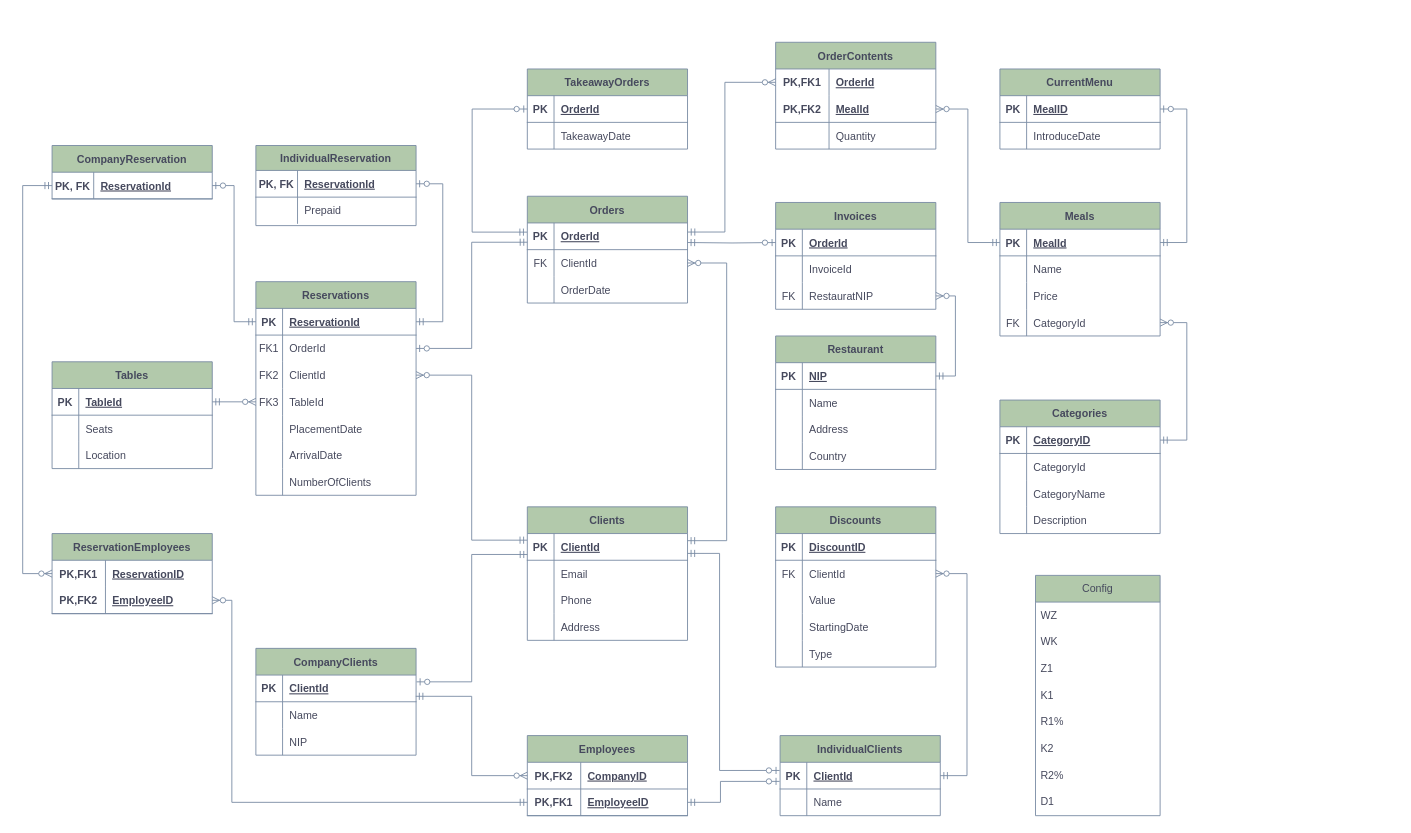
The draw.io diagram db_diagram/db_diagram.drawio in Noarkhh/BazyBazunie, before the edit. Source tidied: cells renumbered, new cells numbered last; positions are measured from the earlier drawing's top-left corner, leaving out a move shared by most shapes. Both pictures are drawn from the tidied source at 89%, with x=0, y=0 at pixel (22, 42).
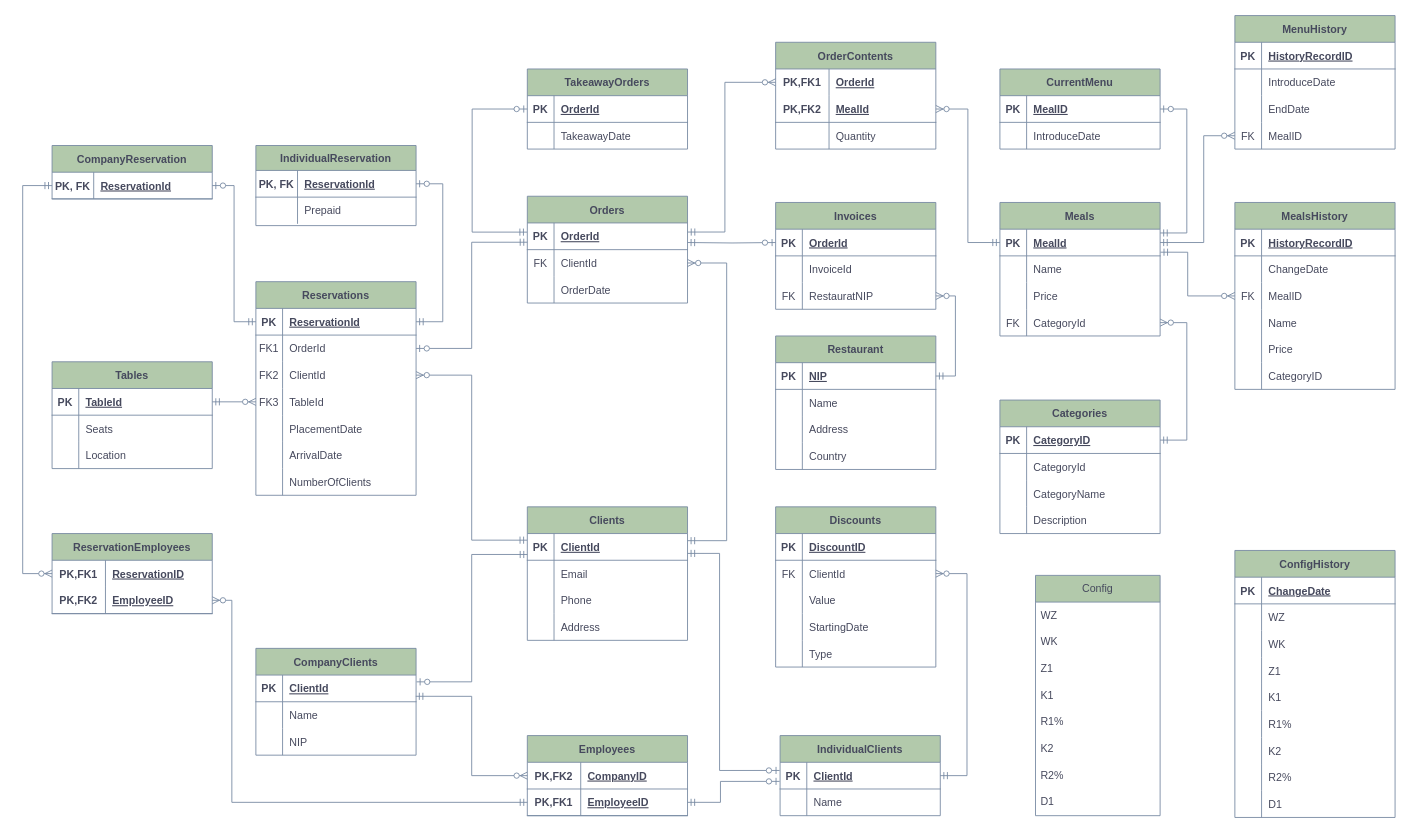
After the change.

The change refers to these unchanged cells:
```xml
<mxCell id="112" style="shape=tableRow;horizontal=0;startSize=0;swimlaneHead=0;swimlaneBody=0;fillColor=none;points=[[0,0.5],[1,0.5]];portConstraint=eastwest;top=0;left=0;right=0;bottom=1;strokeColor=#788AA3;fontColor=#46495D;rounded=0;" parent="111" vertex="1">
  <mxGeometry y="30" width="180" height="30" as="geometry" />
</mxCell>
<mxCell id="194" style="shape=tableRow;horizontal=0;startSize=0;swimlaneHead=0;swimlaneBody=0;fillColor=none;points=[[0,0.5],[1,0.5]];portConstraint=eastwest;top=0;left=0;right=0;bottom=1;strokeColor=#788AA3;fontColor=#46495D;rounded=0;" parent="193" vertex="1">
  <mxGeometry y="30" width="180" height="30" as="geometry" />
</mxCell>
```

Diff of the diagram source:
```diff
@@
-    <mxCell id="200" style="edgeStyle=entityRelationEdgeStyle;fontSize=12;html=1;endArrow=ERzeroToOne;startArrow=ERmandOne;rounded=0;strokeColor=#788AA3;fontColor=#46495D;" parent="1" edge="1" source="112" target="194">
+    <mxCell id="200" style="edgeStyle=entityRelationEdgeStyle;fontSize=12;html=1;endArrow=ERzeroToOne;startArrow=ERmandOne;rounded=0;strokeColor=#788AA3;fontColor=#46495D;exitX=1;exitY=0.142;exitDx=0;exitDy=0;exitPerimeter=0;" parent="1" edge="1" source="112" target="194">
       <mxGeometry relative="1" as="geometry" />
     </mxCell>
@@
+    <mxCell id="217" value="ConfigHistory" style="shape=table;startSize=30;childLayout=tableLayout;rowLines=0;fontStyle=1;align=center;fillColor=#B2C9AB;strokeColor=#788AA3;fontColor=#46495D;" parent="1" vertex="1">
+      <mxGeometry x="1362" y="571" width="180" height="300" as="geometry" />
+    </mxCell>
+    <mxCell id="218" style="shape=tableRow;horizontal=0;startSize=0;swimlaneHead=0;swimlaneBody=0;fillColor=none;top=0;left=0;right=0;bottom=1;strokeColor=#788AA3;fontColor=#46495D;" parent="217" vertex="1">
+      <mxGeometry y="30" width="180" height="30" as="geometry" />
+    </mxCell>
+    <mxCell id="219" value="PK" style="shape=partialRectangle;fillColor=none;top=0;left=0;bottom=0;right=0;fontStyle=1;overflow=hidden;strokeColor=#788AA3;fontColor=#46495D;" parent="218" vertex="1">
+      <mxGeometry width="30" height="30" as="geometry" />
+    </mxCell>
+    <mxCell id="220" value="ChangeDate" style="shape=partialRectangle;fillColor=none;top=0;left=0;bottom=0;right=0;align=left;spacingLeft=6;fontStyle=5;overflow=hidden;strokeColor=#788AA3;fontColor=#46495D;" parent="218" vertex="1">
+      <mxGeometry x="30" width="150" height="30" as="geometry" />
+    </mxCell>
+    <mxCell id="221" style="shape=tableRow;horizontal=0;startSize=0;swimlaneHead=0;swimlaneBody=0;fillColor=none;top=0;left=0;right=0;bottom=0;strokeColor=#788AA3;fontColor=#46495D;" parent="217" vertex="1">
+      <mxGeometry y="60" width="180" height="30" as="geometry" />
+    </mxCell>
+    <mxCell id="222" style="shape=partialRectangle;fillColor=none;top=0;left=0;bottom=0;right=0;overflow=hidden;strokeColor=#788AA3;fontColor=#46495D;" parent="221" vertex="1">
+      <mxGeometry width="30" height="30" as="geometry" />
+    </mxCell>
+    <mxCell id="223" value="WZ   " style="shape=partialRectangle;fillColor=none;top=0;left=0;bottom=0;right=0;align=left;spacingLeft=6;overflow=hidden;strokeColor=#788AA3;fontColor=#46495D;" parent="221" vertex="1">
+      <mxGeometry x="30" width="150" height="30" as="geometry" />
+    </mxCell>
+    <mxCell id="224" style="shape=tableRow;horizontal=0;startSize=0;swimlaneHead=0;swimlaneBody=0;fillColor=none;top=0;left=0;right=0;bottom=0;strokeColor=#788AA3;fontColor=#46495D;" parent="217" vertex="1">
+      <mxGeometry y="90" width="180" height="30" as="geometry" />
+    </mxCell>
+    <mxCell id="225" style="shape=partialRectangle;fillColor=none;top=0;left=0;bottom=0;right=0;overflow=hidden;strokeColor=#788AA3;fontColor=#46495D;" parent="224" vertex="1">
+      <mxGeometry width="30" height="30" as="geometry" />
+    </mxCell>
+    <mxCell id="226" value="WK" style="shape=partialRectangle;fillColor=none;top=0;left=0;bottom=0;right=0;align=left;spacingLeft=6;overflow=hidden;strokeColor=#788AA3;fontColor=#46495D;" parent="224" vertex="1">
+      <mxGeometry x="30" width="150" height="30" as="geometry" />
+    </mxCell>
+    <mxCell id="227" style="shape=tableRow;horizontal=0;startSize=0;swimlaneHead=0;swimlaneBody=0;fillColor=none;top=0;left=0;right=0;bottom=0;strokeColor=#788AA3;fontColor=#46495D;" parent="217" vertex="1">
+      <mxGeometry y="120" width="180" height="30" as="geometry" />
+    </mxCell>
+    <mxCell id="228" style="shape=partialRectangle;fillColor=none;top=0;left=0;bottom=0;right=0;overflow=hidden;strokeColor=#788AA3;fontColor=#46495D;" parent="227" vertex="1">
+      <mxGeometry width="30" height="30" as="geometry" />
+    </mxCell>
+    <mxCell id="229" value="Z1" style="shape=partialRectangle;fillColor=none;top=0;left=0;bottom=0;right=0;align=left;spacingLeft=6;overflow=hidden;strokeColor=#788AA3;fontColor=#46495D;" parent="227" vertex="1">
+      <mxGeometry x="30" width="150" height="30" as="geometry" />
+    </mxCell>
+    <mxCell id="230" style="shape=tableRow;horizontal=0;startSize=0;swimlaneHead=0;swimlaneBody=0;fillColor=none;top=0;left=0;right=0;bottom=0;strokeColor=#788AA3;fontColor=#46495D;" parent="217" vertex="1">
+      <mxGeometry y="150" width="180" height="30" as="geometry" />
+    </mxCell>
+    <mxCell id="231" style="shape=partialRectangle;fillColor=none;top=0;left=0;bottom=0;right=0;overflow=hidden;strokeColor=#788AA3;fontColor=#46495D;" parent="230" vertex="1">
+      <mxGeometry width="30" height="30" as="geometry" />
+    </mxCell>
+    <mxCell id="232" value="K1" style="shape=partialRectangle;fillColor=none;top=0;left=0;bottom=0;right=0;align=left;spacingLeft=6;overflow=hidden;strokeColor=#788AA3;fontColor=#46495D;" parent="230" vertex="1">
+      <mxGeometry x="30" width="150" height="30" as="geometry" />
+    </mxCell>
+    <mxCell id="233" style="shape=tableRow;horizontal=0;startSize=0;swimlaneHead=0;swimlaneBody=0;fillColor=none;top=0;left=0;right=0;bottom=0;strokeColor=#788AA3;fontColor=#46495D;" parent="217" vertex="1">
+      <mxGeometry y="180" width="180" height="30" as="geometry" />
+    </mxCell>
+    <mxCell id="234" style="shape=partialRectangle;fillColor=none;top=0;left=0;bottom=0;right=0;overflow=hidden;strokeColor=#788AA3;fontColor=#46495D;" parent="233" vertex="1">
+      <mxGeometry width="30" height="30" as="geometry" />
+    </mxCell>
+    <mxCell id="235" value="R1%" style="shape=partialRectangle;fillColor=none;top=0;left=0;bottom=0;right=0;align=left;spacingLeft=6;overflow=hidden;strokeColor=#788AA3;fontColor=#46495D;" parent="233" vertex="1">
+      <mxGeometry x="30" width="150" height="30" as="geometry" />
+    </mxCell>
+    <mxCell id="236" style="shape=tableRow;horizontal=0;startSize=0;swimlaneHead=0;swimlaneBody=0;fillColor=none;top=0;left=0;right=0;bottom=0;strokeColor=#788AA3;fontColor=#46495D;" parent="217" vertex="1">
+      <mxGeometry y="210" width="180" height="30" as="geometry" />
+    </mxCell>
+    <mxCell id="237" style="shape=partialRectangle;fillColor=none;top=0;left=0;bottom=0;right=0;overflow=hidden;strokeColor=#788AA3;fontColor=#46495D;" parent="236" vertex="1">
+      <mxGeometry width="30" height="30" as="geometry" />
+    </mxCell>
+    <mxCell id="238" value="K2" style="shape=partialRectangle;fillColor=none;top=0;left=0;bottom=0;right=0;align=left;spacingLeft=6;overflow=hidden;strokeColor=#788AA3;fontColor=#46495D;" parent="236" vertex="1">
+      <mxGeometry x="30" width="150" height="30" as="geometry" />
+    </mxCell>
+    <mxCell id="239" style="shape=tableRow;horizontal=0;startSize=0;swimlaneHead=0;swimlaneBody=0;fillColor=none;top=0;left=0;right=0;bottom=0;strokeColor=#788AA3;fontColor=#46495D;" parent="217" vertex="1">
+      <mxGeometry y="240" width="180" height="30" as="geometry" />
+    </mxCell>
+    <mxCell id="240" style="shape=partialRectangle;fillColor=none;top=0;left=0;bottom=0;right=0;overflow=hidden;strokeColor=#788AA3;fontColor=#46495D;" parent="239" vertex="1">
+      <mxGeometry width="30" height="30" as="geometry" />
+    </mxCell>
+    <mxCell id="241" value="R2%" style="shape=partialRectangle;fillColor=none;top=0;left=0;bottom=0;right=0;align=left;spacingLeft=6;overflow=hidden;strokeColor=#788AA3;fontColor=#46495D;" parent="239" vertex="1">
+      <mxGeometry x="30" width="150" height="30" as="geometry" />
+    </mxCell>
+    <mxCell id="242" style="shape=tableRow;horizontal=0;startSize=0;swimlaneHead=0;swimlaneBody=0;fillColor=none;top=0;left=0;right=0;bottom=0;strokeColor=#788AA3;fontColor=#46495D;" parent="217" vertex="1">
+      <mxGeometry y="270" width="180" height="30" as="geometry" />
+    </mxCell>
+    <mxCell id="243" style="shape=partialRectangle;fillColor=none;top=0;left=0;bottom=0;right=0;overflow=hidden;strokeColor=#788AA3;fontColor=#46495D;" parent="242" vertex="1">
+      <mxGeometry width="30" height="30" as="geometry" />
+    </mxCell>
+    <mxCell id="244" value="D1" style="shape=partialRectangle;fillColor=none;top=0;left=0;bottom=0;right=0;align=left;spacingLeft=6;overflow=hidden;strokeColor=#788AA3;fontColor=#46495D;" parent="242" vertex="1">
+      <mxGeometry x="30" width="150" height="30" as="geometry" />
+    </mxCell>
+    <mxCell id="245" value="MealsHistory" style="shape=table;startSize=30;childLayout=tableLayout;rowLines=0;fontStyle=1;align=center;strokeColor=#788AA3;fontColor=#46495D;fillColor=#B2C9AB;" parent="1" vertex="1">
+      <mxGeometry x="1362" y="180" width="180" height="210" as="geometry" />
+    </mxCell>
+    <mxCell id="246" style="shape=tableRow;horizontal=0;startSize=0;swimlaneHead=0;swimlaneBody=0;fillColor=none;top=0;left=0;right=0;bottom=1;strokeColor=#788AA3;fontColor=#46495D;" parent="245" vertex="1">
+      <mxGeometry y="30" width="180" height="30" as="geometry" />
+    </mxCell>
+    <mxCell id="247" value="PK" style="shape=partialRectangle;fillColor=none;top=0;left=0;bottom=0;right=0;fontStyle=1;overflow=hidden;strokeColor=#788AA3;fontColor=#46495D;" parent="246" vertex="1">
+      <mxGeometry width="30" height="30" as="geometry" />
+    </mxCell>
+    <mxCell id="248" value="HistoryRecordID" style="shape=partialRectangle;fillColor=none;top=0;left=0;bottom=0;right=0;align=left;spacingLeft=6;fontStyle=5;overflow=hidden;strokeColor=#788AA3;fontColor=#46495D;" parent="246" vertex="1">
+      <mxGeometry x="30" width="150" height="30" as="geometry" />
+    </mxCell>
+    <mxCell id="249" style="shape=tableRow;horizontal=0;startSize=0;swimlaneHead=0;swimlaneBody=0;fillColor=none;top=0;left=0;right=0;bottom=0;strokeColor=#788AA3;fontColor=#46495D;" parent="245" vertex="1">
+      <mxGeometry y="60" width="180" height="30" as="geometry" />
+    </mxCell>
+    <mxCell id="250" style="shape=partialRectangle;fillColor=none;top=0;left=0;bottom=0;right=0;overflow=hidden;strokeColor=#788AA3;fontColor=#46495D;" parent="249" vertex="1">
+      <mxGeometry width="30" height="30" as="geometry" />
+    </mxCell>
+    <mxCell id="251" value="ChangeDate" style="shape=partialRectangle;fillColor=none;top=0;left=0;bottom=0;right=0;align=left;spacingLeft=6;overflow=hidden;strokeColor=#788AA3;fontColor=#46495D;" parent="249" vertex="1">
+      <mxGeometry x="30" width="150" height="30" as="geometry" />
+    </mxCell>
+    <mxCell id="252" style="shape=tableRow;horizontal=0;startSize=0;swimlaneHead=0;swimlaneBody=0;fillColor=none;points=[[0,0.5],[1,0.5]];portConstraint=eastwest;top=0;left=0;right=0;bottom=0;strokeColor=#788AA3;fontColor=#46495D;" parent="245" vertex="1">
+      <mxGeometry y="90" width="180" height="30" as="geometry" />
+    </mxCell>
+    <mxCell id="253" value="FK" style="shape=partialRectangle;fillColor=none;top=0;left=0;bottom=0;right=0;overflow=hidden;strokeColor=#788AA3;fontColor=#46495D;" parent="252" vertex="1">
+      <mxGeometry width="30" height="30" as="geometry" />
+    </mxCell>
+    <mxCell id="254" value="MealID" style="shape=partialRectangle;fillColor=none;top=0;left=0;bottom=0;right=0;align=left;spacingLeft=6;overflow=hidden;strokeColor=#788AA3;fontColor=#46495D;" parent="252" vertex="1">
+      <mxGeometry x="30" width="150" height="30" as="geometry" />
+    </mxCell>
+    <mxCell id="255" style="shape=tableRow;horizontal=0;startSize=0;swimlaneHead=0;swimlaneBody=0;fillColor=none;top=0;left=0;right=0;bottom=0;strokeColor=#788AA3;fontColor=#46495D;" parent="245" vertex="1">
+      <mxGeometry y="120" width="180" height="30" as="geometry" />
+    </mxCell>
+    <mxCell id="256" style="shape=partialRectangle;fillColor=none;top=0;left=0;bottom=0;right=0;overflow=hidden;strokeColor=#788AA3;fontColor=#46495D;" parent="255" vertex="1">
+      <mxGeometry width="30" height="30" as="geometry" />
+    </mxCell>
+    <mxCell id="257" value="Name" style="shape=partialRectangle;fillColor=none;top=0;left=0;bottom=0;right=0;align=left;spacingLeft=6;overflow=hidden;strokeColor=#788AA3;fontColor=#46495D;" parent="255" vertex="1">
+      <mxGeometry x="30" width="150" height="30" as="geometry" />
+    </mxCell>
+    <mxCell id="258" style="shape=tableRow;horizontal=0;startSize=0;swimlaneHead=0;swimlaneBody=0;fillColor=none;top=0;left=0;right=0;bottom=0;strokeColor=#788AA3;fontColor=#46495D;" parent="245" vertex="1">
+      <mxGeometry y="150" width="180" height="30" as="geometry" />
+    </mxCell>
+    <mxCell id="259" style="shape=partialRectangle;fillColor=none;top=0;left=0;bottom=0;right=0;overflow=hidden;strokeColor=#788AA3;fontColor=#46495D;" parent="258" vertex="1">
+      <mxGeometry width="30" height="30" as="geometry" />
+    </mxCell>
+    <mxCell id="260" value="Price" style="shape=partialRectangle;fillColor=none;top=0;left=0;bottom=0;right=0;align=left;spacingLeft=6;overflow=hidden;strokeColor=#788AA3;fontColor=#46495D;" parent="258" vertex="1">
+      <mxGeometry x="30" width="150" height="30" as="geometry" />
+    </mxCell>
+    <mxCell id="261" style="shape=tableRow;horizontal=0;startSize=0;swimlaneHead=0;swimlaneBody=0;fillColor=none;top=0;left=0;right=0;bottom=0;strokeColor=#788AA3;fontColor=#46495D;" parent="245" vertex="1">
+      <mxGeometry y="180" width="180" height="30" as="geometry" />
+    </mxCell>
+    <mxCell id="262" style="shape=partialRectangle;fillColor=none;top=0;left=0;bottom=0;right=0;overflow=hidden;strokeColor=#788AA3;fontColor=#46495D;" parent="261" vertex="1">
+      <mxGeometry width="30" height="30" as="geometry" />
+    </mxCell>
+    <mxCell id="263" value="CategoryID" style="shape=partialRectangle;fillColor=none;top=0;left=0;bottom=0;right=0;align=left;spacingLeft=6;overflow=hidden;strokeColor=#788AA3;fontColor=#46495D;" parent="261" vertex="1">
+      <mxGeometry x="30" width="150" height="30" as="geometry" />
+    </mxCell>
+    <mxCell id="264" style="edgeStyle=orthogonalEdgeStyle;fontSize=12;html=1;endArrow=ERzeroToMany;startArrow=ERmandOne;rounded=0;strokeColor=#788AA3;fontColor=#46495D;fillColor=#B2C9AB;entryX=0;entryY=0.5;entryDx=0;entryDy=0;exitX=1.002;exitY=0.862;exitDx=0;exitDy=0;exitPerimeter=0;" parent="1" edge="1" source="112" target="252">
+      <mxGeometry relative="1" as="geometry">
+        <Array as="points">
+          <mxPoint x="1309" y="236" />
+          <mxPoint x="1309" y="285" />
+        </Array>
+      </mxGeometry>
+    </mxCell>
+    <mxCell id="265" value="MenuHistory" style="shape=table;startSize=30;childLayout=tableLayout;rowLines=0;fontStyle=1;align=center;strokeColor=#788AA3;fontColor=#46495D;fillColor=#B2C9AB;" parent="1" vertex="1">
+      <mxGeometry x="1362" y="-30" width="180" height="150" as="geometry" />
+    </mxCell>
+    <mxCell id="266" style="shape=tableRow;horizontal=0;startSize=0;swimlaneHead=0;swimlaneBody=0;fillColor=none;top=0;left=0;right=0;bottom=1;strokeColor=#788AA3;fontColor=#46495D;" parent="265" vertex="1">
+      <mxGeometry y="30" width="180" height="30" as="geometry" />
+    </mxCell>
+    <mxCell id="267" value="PK" style="shape=partialRectangle;fillColor=none;top=0;left=0;bottom=0;right=0;fontStyle=1;overflow=hidden;strokeColor=#788AA3;fontColor=#46495D;" parent="266" vertex="1">
+      <mxGeometry width="30" height="30" as="geometry" />
+    </mxCell>
+    <mxCell id="268" value="HistoryRecordID" style="shape=partialRectangle;fillColor=none;top=0;left=0;bottom=0;right=0;align=left;spacingLeft=6;fontStyle=5;overflow=hidden;strokeColor=#788AA3;fontColor=#46495D;" parent="266" vertex="1">
+      <mxGeometry x="30" width="150" height="30" as="geometry" />
+    </mxCell>
+    <mxCell id="269" style="shape=tableRow;horizontal=0;startSize=0;swimlaneHead=0;swimlaneBody=0;fillColor=none;top=0;left=0;right=0;bottom=0;strokeColor=#788AA3;fontColor=#46495D;" parent="265" vertex="1">
+      <mxGeometry y="60" width="180" height="30" as="geometry" />
+    </mxCell>
+    <mxCell id="270" style="shape=partialRectangle;fillColor=none;top=0;left=0;bottom=0;right=0;overflow=hidden;strokeColor=#788AA3;fontColor=#46495D;" parent="269" vertex="1">
+      <mxGeometry width="30" height="30" as="geometry" />
+    </mxCell>
+    <mxCell id="271" value="IntroduceDate" style="shape=partialRectangle;fillColor=none;top=0;left=0;bottom=0;right=0;align=left;spacingLeft=6;overflow=hidden;strokeColor=#788AA3;fontColor=#46495D;" parent="269" vertex="1">
+      <mxGeometry x="30" width="150" height="30" as="geometry" />
+    </mxCell>
+    <mxCell id="272" style="shape=tableRow;horizontal=0;startSize=0;swimlaneHead=0;swimlaneBody=0;fillColor=none;top=0;left=0;right=0;bottom=0;strokeColor=#788AA3;fontColor=#46495D;" parent="265" vertex="1">
+      <mxGeometry y="90" width="180" height="30" as="geometry" />
+    </mxCell>
+    <mxCell id="273" style="shape=partialRectangle;fillColor=none;top=0;left=0;bottom=0;right=0;overflow=hidden;strokeColor=#788AA3;fontColor=#46495D;" parent="272" vertex="1">
+      <mxGeometry width="30" height="30" as="geometry" />
+    </mxCell>
+    <mxCell id="274" value="EndDate" style="shape=partialRectangle;fillColor=none;top=0;left=0;bottom=0;right=0;align=left;spacingLeft=6;overflow=hidden;strokeColor=#788AA3;fontColor=#46495D;" parent="272" vertex="1">
+      <mxGeometry x="30" width="150" height="30" as="geometry" />
+    </mxCell>
+    <mxCell id="275" style="shape=tableRow;horizontal=0;startSize=0;swimlaneHead=0;swimlaneBody=0;fillColor=none;points=[[0,0.5],[1,0.5]];portConstraint=eastwest;top=0;left=0;right=0;bottom=0;strokeColor=#788AA3;fontColor=#46495D;" parent="265" vertex="1">
+      <mxGeometry y="120" width="180" height="30" as="geometry" />
+    </mxCell>
+    <mxCell id="276" value="FK" style="shape=partialRectangle;fillColor=none;top=0;left=0;bottom=0;right=0;overflow=hidden;strokeColor=#788AA3;fontColor=#46495D;" parent="275" vertex="1">
+      <mxGeometry width="30" height="30" as="geometry" />
+    </mxCell>
+    <mxCell id="277" value="MealID" style="shape=partialRectangle;fillColor=none;top=0;left=0;bottom=0;right=0;align=left;spacingLeft=6;overflow=hidden;strokeColor=#788AA3;fontColor=#46495D;" parent="275" vertex="1">
+      <mxGeometry x="30" width="150" height="30" as="geometry" />
+    </mxCell>
+    <mxCell id="278" style="edgeStyle=orthogonalEdgeStyle;fontSize=12;html=1;endArrow=ERzeroToMany;startArrow=ERmandOne;rounded=0;strokeColor=#788AA3;fontColor=#46495D;fillColor=#B2C9AB;exitX=1;exitY=0.5;exitDx=0;exitDy=0;entryX=0;entryY=0.5;entryDx=0;entryDy=0;" parent="1" edge="1" source="112" target="275">
+      <mxGeometry relative="1" as="geometry">
+        <Array as="points">
+          <mxPoint x="1327" y="225" />
+          <mxPoint x="1327" y="105" />
+        </Array>
+      </mxGeometry>
+    </mxCell>
```
